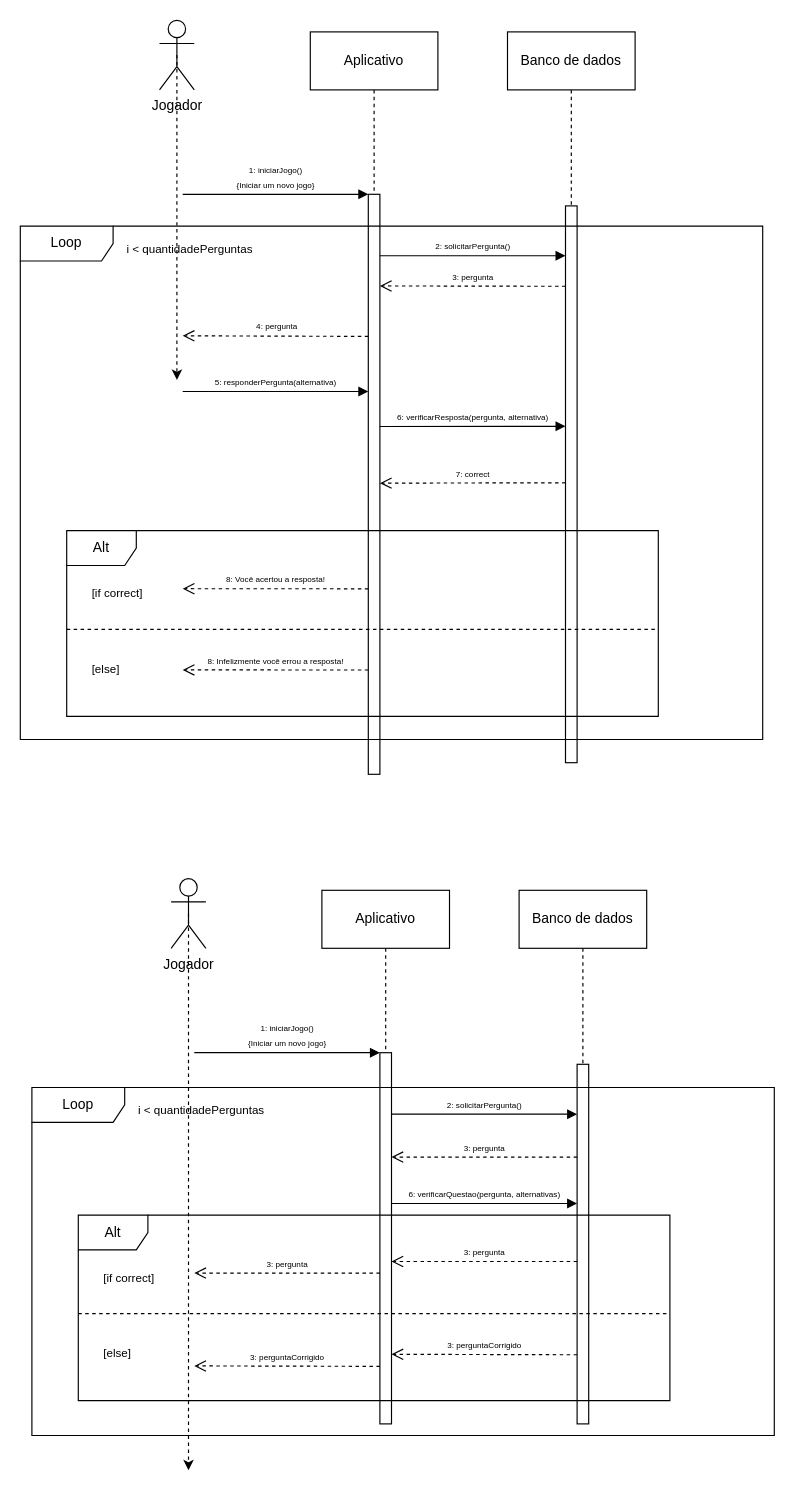
Earlier version of the draw.io diagram page "RealizaJogo" (1 of 6) of docs/quizzle.drawio (wendel-nogueira/quizzle-docs). Source tidied: cells renumbered, new cells numbered last; positions are measured from the earlier drawing's top-left corner, leaving out a move shared by most shapes. Both pictures are drawn from the tidied source at 116%, with x=0, y=0 at pixel (20, 20).
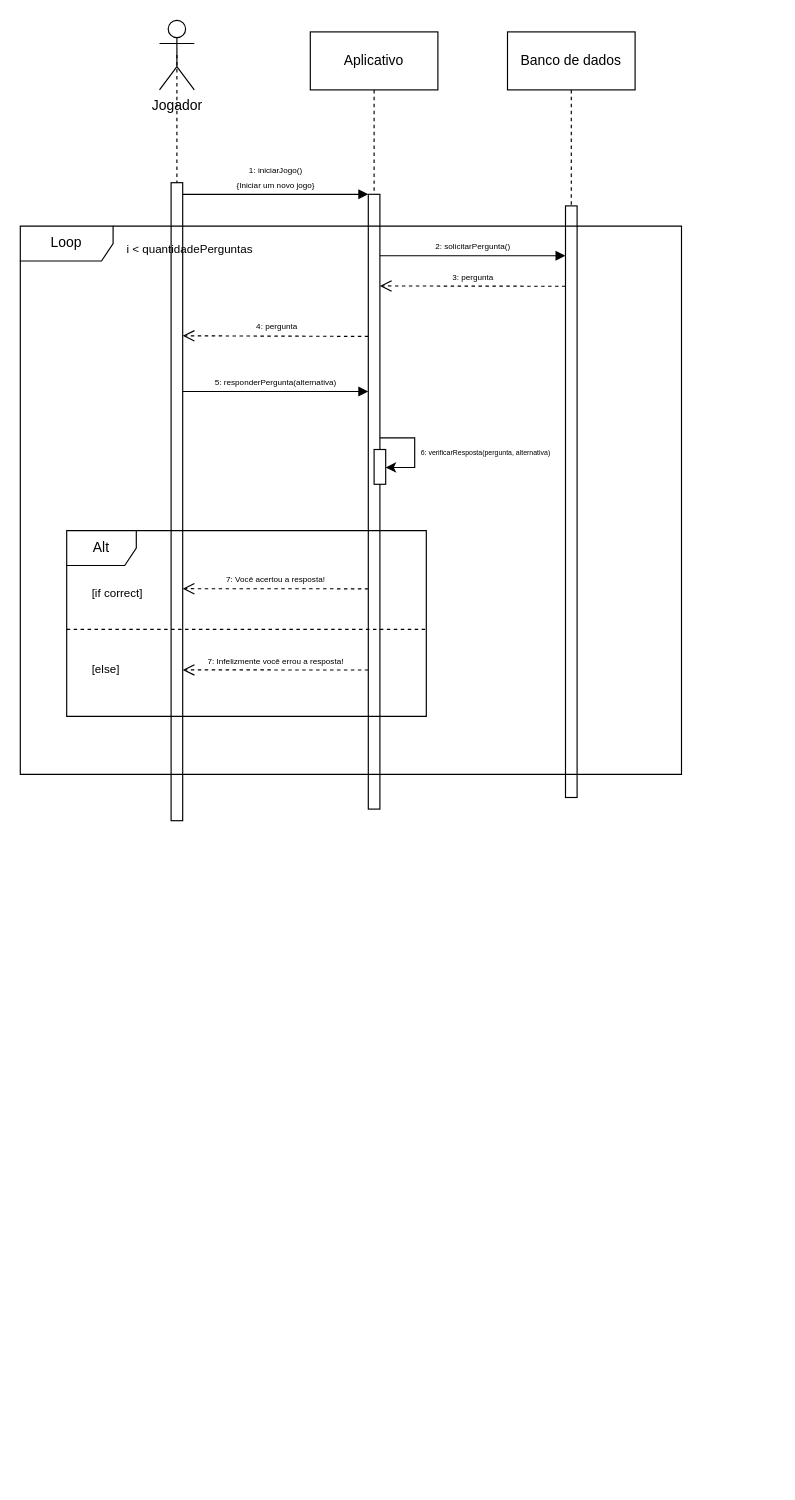
The same page after the edit.

Diff of the diagram source:
```diff
@@
     <mxCell id="10" style="html=1;perimeter=orthogonalPerimeter;targetShapes=umlLifeline;newEdgeStyle={&quot;edgeStyle&quot;:&quot;elbowEdgeStyle&quot;,&quot;elbow&quot;:&quot;vertical&quot;,&quot;curved&quot;:0,&quot;rounded&quot;:0};" parent="1" vertex="1">
-      <mxGeometry x="300" y="150" width="10" height="500" as="geometry" />
+      <mxGeometry x="300" y="150" width="10" height="530" as="geometry" />
     </mxCell>
     <mxCell id="11" style="html=1;points=[];perimeter=orthogonalPerimeter;outlineConnect=0;targetShapes=umlLifeline;portConstraint=eastwest;newEdgeStyle={&quot;edgeStyle&quot;:&quot;elbowEdgeStyle&quot;,&quot;elbow&quot;:&quot;vertical&quot;,&quot;curved&quot;:0,&quot;rounded&quot;:0};" parent="1" vertex="1">
-      <mxGeometry x="470" y="160" width="10" height="480" as="geometry" />
+      <mxGeometry x="470" y="160" width="10" height="510" as="geometry" />
     </mxCell>
-    <mxCell id="12" value="Loop" style="shape=umlFrame;whiteSpace=wrap;html=1;width=80;" parent="1" vertex="1">
-      <mxGeometry y="177.5" width="640" height="442.5" as="geometry" />
-    </mxCell>
-    <mxCell id="13" value="&lt;font style=&quot;font-size: 10px;&quot;&gt;i &amp;lt; quantidadePerguntas&lt;/font&gt;" style="text;align=left;html=1;" parent="12" vertex="1">
-      <mxGeometry width="100" height="20" relative="1" as="geometry">
-        <mxPoint x="90" y="5" as="offset" />
-      </mxGeometry>
-    </mxCell>
-    <mxCell id="14" value="Alt" style="shape=umlFrame;whiteSpace=wrap;html=1;width=60;height=30;" parent="12" vertex="1">
-      <mxGeometry x="40" y="262.5" width="510" height="160" as="geometry" />
-    </mxCell>
-    <mxCell id="15" value="&lt;font style=&quot;font-size: 10px;&quot;&gt;[if correct]&lt;/font&gt;" style="text;html=1;" parent="14" vertex="1">
-      <mxGeometry width="100" height="20" relative="1" as="geometry">
-        <mxPoint x="20" y="40" as="offset" />
-      </mxGeometry>
-    </mxCell>
-    <mxCell id="16" value="&lt;font style=&quot;font-size: 10px;&quot;&gt;[else]&lt;/font&gt;" style="line;strokeWidth=1;dashed=1;labelPosition=center;verticalLabelPosition=bottom;align=left;verticalAlign=top;spacingLeft=20;spacingTop=15;html=1;whiteSpace=wrap;" parent="14" vertex="1">
-      <mxGeometry y="80" width="510" height="10" as="geometry" />
-    </mxCell>
@@
-    <mxCell id="20" value="&lt;span style=&quot;font-size: 7px;&quot;&gt;6: verificarResposta(pergunta, alternativa)&lt;/span&gt;" style="html=1;verticalAlign=bottom;endArrow=block;edgeStyle=elbowEdgeStyle;elbow=vertical;curved=0;rounded=0;" parent="1" edge="1">
-      <mxGeometry relative="1" as="geometry">
-        <mxPoint x="310" y="350.2" as="sourcePoint" />
-        <mxPoint x="470" y="350.2" as="targetPoint" />
-      </mxGeometry>
-    </mxCell>
-    <mxCell id="21" value="&lt;font style=&quot;font-size: 7px;&quot;&gt;7: correct&lt;/font&gt;" style="html=1;verticalAlign=bottom;endArrow=open;dashed=1;endSize=8;edgeStyle=elbowEdgeStyle;elbow=vertical;curved=0;rounded=0;" parent="1" edge="1">
-      <mxGeometry relative="1" as="geometry">
-        <mxPoint x="470" y="398.7" as="sourcePoint" />
-        <mxPoint x="310" y="398.6" as="targetPoint" />
-      </mxGeometry>
-    </mxCell>
-    <mxCell id="22" value="&lt;font style=&quot;font-size: 7px;&quot;&gt;8: Você acertou a resposta!&lt;/font&gt;" style="html=1;verticalAlign=bottom;endArrow=open;dashed=1;endSize=8;edgeStyle=elbowEdgeStyle;elbow=vertical;curved=0;rounded=0;" parent="1" edge="1">
+    <mxCell id="22" value="&lt;font style=&quot;font-size: 7px;&quot;&gt;7: Você acertou a resposta!&lt;/font&gt;" style="html=1;verticalAlign=bottom;endArrow=open;dashed=1;endSize=8;edgeStyle=elbowEdgeStyle;elbow=vertical;curved=0;rounded=0;" parent="1" edge="1">
       <mxGeometry relative="1" as="geometry">
         <mxPoint x="300" y="490.1" as="sourcePoint" />
         <mxPoint x="140" y="490" as="targetPoint" />
       </mxGeometry>
     </mxCell>
-    <mxCell id="23" value="&lt;font style=&quot;font-size: 7px;&quot;&gt;8: Infelizmente você errou a resposta!&lt;/font&gt;" style="html=1;verticalAlign=bottom;endArrow=open;dashed=1;endSize=8;edgeStyle=elbowEdgeStyle;elbow=vertical;curved=0;rounded=0;" parent="1" edge="1">
+    <mxCell id="23" value="&lt;font style=&quot;font-size: 7px;&quot;&gt;7: Infelizmente você errou a resposta!&lt;/font&gt;" style="html=1;verticalAlign=bottom;endArrow=open;dashed=1;endSize=8;edgeStyle=elbowEdgeStyle;elbow=vertical;curved=0;rounded=0;" parent="1" edge="1">
       <mxGeometry relative="1" as="geometry">
         <mxPoint x="300" y="560.1" as="sourcePoint" />
         <mxPoint x="140" y="560" as="targetPoint" />
       </mxGeometry>
     </mxCell>
-    <mxCell id="24" style="edgeStyle=orthogonalEdgeStyle;rounded=0;jettySize=auto;html=1;exitX=0.5;exitY=0.5;exitDx=0;exitDy=0;exitPerimeter=0;dashed=1;" parent="1" edge="1" source="25">
-      <mxGeometry relative="1" as="geometry">
-        <mxPoint x="145" y="1250" as="targetPoint" />
-      </mxGeometry>
-    </mxCell>
-    <mxCell id="25" value="Jogador" style="shape=umlActor;verticalLabelPosition=bottom;verticalAlign=top;html=1;" parent="1" vertex="1">
-      <mxGeometry x="130" y="740" width="30" height="60" as="geometry" />
-    </mxCell>
-    <mxCell id="26" style="edgeStyle=orthogonalEdgeStyle;rounded=0;jettySize=auto;html=1;exitX=0.5;exitY=1;exitDx=0;exitDy=0;dashed=1;" parent="1" edge="1" source="27">
-      <mxGeometry relative="1" as="geometry">
-        <mxPoint x="315" y="1115" as="targetPoint" />
-      </mxGeometry>
-    </mxCell>
-    <mxCell id="27" value="Aplicativo" style="html=1;whiteSpace=wrap;" parent="1" vertex="1">
-      <mxGeometry x="260" y="750" width="110" height="50" as="geometry" />
-    </mxCell>
-    <mxCell id="28" style="edgeStyle=orthogonalEdgeStyle;rounded=0;jettySize=auto;html=1;exitX=0.5;exitY=1;exitDx=0;exitDy=0;dashed=1;" parent="1" edge="1" source="29">
-      <mxGeometry relative="1" as="geometry">
-        <mxPoint x="485" y="1135" as="targetPoint" />
-      </mxGeometry>
-    </mxCell>
-    <mxCell id="29" value="Banco de dados" style="html=1;whiteSpace=wrap;" parent="1" vertex="1">
-      <mxGeometry x="430" y="750" width="110" height="50" as="geometry" />
-    </mxCell>
-    <mxCell id="30" value="&lt;font style=&quot;font-size: 7px;&quot;&gt;1: iniciarJogo()&lt;br&gt;{Iniciar um novo jogo}&lt;/font&gt;" style="html=1;verticalAlign=bottom;endArrow=block;edgeStyle=elbowEdgeStyle;elbow=vertical;curved=0;rounded=0;" parent="1" edge="1">
-      <mxGeometry relative="1" as="geometry">
-        <mxPoint x="150" y="890" as="sourcePoint" />
-        <mxPoint x="310" y="890" as="targetPoint" />
-      </mxGeometry>
-    </mxCell>
-    <mxCell id="31" style="html=1;perimeter=orthogonalPerimeter;targetShapes=umlLifeline;newEdgeStyle={&quot;edgeStyle&quot;:&quot;elbowEdgeStyle&quot;,&quot;elbow&quot;:&quot;vertical&quot;,&quot;curved&quot;:0,&quot;rounded&quot;:0};" parent="1" vertex="1">
-      <mxGeometry x="310" y="890" width="10" height="320" as="geometry" />
-    </mxCell>
-    <mxCell id="32" style="html=1;points=[];perimeter=orthogonalPerimeter;outlineConnect=0;targetShapes=umlLifeline;portConstraint=eastwest;newEdgeStyle={&quot;edgeStyle&quot;:&quot;elbowEdgeStyle&quot;,&quot;elbow&quot;:&quot;vertical&quot;,&quot;curved&quot;:0,&quot;rounded&quot;:0};" parent="1" vertex="1">
-      <mxGeometry x="480" y="900" width="10" height="310" as="geometry" />
-    </mxCell>
-    <mxCell id="33" value="&lt;span style=&quot;font-size: 7px;&quot;&gt;2: solicitarPergunta()&lt;/span&gt;" style="html=1;verticalAlign=bottom;endArrow=block;edgeStyle=elbowEdgeStyle;elbow=vertical;curved=0;rounded=0;" parent="1" edge="1" target="32">
-      <mxGeometry relative="1" as="geometry">
-        <mxPoint x="320" y="943" as="sourcePoint" />
-      </mxGeometry>
-    </mxCell>
-    <mxCell id="34" value="&lt;font style=&quot;font-size: 7px;&quot;&gt;3: pergunta&lt;/font&gt;" style="html=1;verticalAlign=bottom;endArrow=open;dashed=1;endSize=8;edgeStyle=elbowEdgeStyle;elbow=vertical;curved=0;rounded=0;" parent="1" edge="1">
-      <mxGeometry relative="1" as="geometry">
-        <mxPoint x="480" y="980" as="sourcePoint" />
-        <mxPoint x="320" y="980" as="targetPoint" />
-      </mxGeometry>
-    </mxCell>
-    <mxCell id="35" value="&lt;span style=&quot;font-size: 7px;&quot;&gt;6: verificarQuestao(pergunta, alternativas)&lt;/span&gt;" style="html=1;verticalAlign=bottom;endArrow=block;edgeStyle=elbowEdgeStyle;elbow=vertical;curved=0;rounded=0;" parent="1" edge="1">
-      <mxGeometry relative="1" as="geometry">
-        <mxPoint x="320" y="1020" as="sourcePoint" />
-        <mxPoint x="480" y="1020" as="targetPoint" />
-      </mxGeometry>
-    </mxCell>
-    <mxCell id="36" value="Alt" style="shape=umlFrame;whiteSpace=wrap;html=1;width=60;height=30;" parent="1" vertex="1">
-      <mxGeometry x="50" y="1030" width="510" height="160" as="geometry" />
-    </mxCell>
-    <mxCell id="37" value="&lt;font style=&quot;font-size: 10px;&quot;&gt;[if correct]&lt;/font&gt;" style="text;html=1;" parent="36" vertex="1">
-      <mxGeometry width="100" height="20" relative="1" as="geometry">
-        <mxPoint x="20" y="40" as="offset" />
-      </mxGeometry>
-    </mxCell>
-    <mxCell id="38" value="&lt;font style=&quot;font-size: 10px;&quot;&gt;[else]&lt;/font&gt;" style="line;strokeWidth=1;dashed=1;labelPosition=center;verticalLabelPosition=bottom;align=left;verticalAlign=top;spacingLeft=20;spacingTop=15;html=1;whiteSpace=wrap;" parent="36" vertex="1">
-      <mxGeometry y="80" width="510" height="10" as="geometry" />
-    </mxCell>
-    <mxCell id="39" value="&lt;font style=&quot;font-size: 7px;&quot;&gt;3: pergunta&lt;/font&gt;" style="html=1;verticalAlign=bottom;endArrow=open;dashed=1;endSize=8;edgeStyle=elbowEdgeStyle;elbow=vertical;curved=0;rounded=0;" parent="36" edge="1">
-      <mxGeometry relative="1" as="geometry">
-        <mxPoint x="430" y="40" as="sourcePoint" />
-        <mxPoint x="270" y="40" as="targetPoint" />
-      </mxGeometry>
-    </mxCell>
-    <mxCell id="40" value="&lt;font style=&quot;font-size: 7px;&quot;&gt;3: pergunta&lt;/font&gt;" style="html=1;verticalAlign=bottom;endArrow=open;dashed=1;endSize=8;edgeStyle=elbowEdgeStyle;elbow=vertical;curved=0;rounded=0;" parent="36" edge="1">
-      <mxGeometry relative="1" as="geometry">
-        <mxPoint x="260" y="50" as="sourcePoint" />
-        <mxPoint x="100" y="50" as="targetPoint" />
-      </mxGeometry>
-    </mxCell>
-    <mxCell id="41" value="Loop" style="shape=umlFrame;whiteSpace=wrap;html=1;width=80;" parent="1" vertex="1">
-      <mxGeometry x="10" y="920" width="640" height="300" as="geometry" />
-    </mxCell>
-    <mxCell id="42" value="&lt;font style=&quot;font-size: 10px;&quot;&gt;i &amp;lt; quantidadePerguntas&lt;/font&gt;" style="text;align=left;html=1;" parent="41" vertex="1">
-      <mxGeometry width="100" height="20" relative="1" as="geometry">
-        <mxPoint x="90" y="5" as="offset" />
-      </mxGeometry>
-    </mxCell>
-    <mxCell id="43" value="&lt;font style=&quot;font-size: 7px;&quot;&gt;3: perguntaCorrigido&lt;/font&gt;" style="html=1;verticalAlign=bottom;endArrow=open;dashed=1;endSize=8;edgeStyle=elbowEdgeStyle;elbow=vertical;curved=0;rounded=0;" parent="41" edge="1">
-      <mxGeometry relative="1" as="geometry">
-        <mxPoint x="470" y="230.4" as="sourcePoint" />
-        <mxPoint x="310" y="230.3" as="targetPoint" />
-      </mxGeometry>
-    </mxCell>
-    <mxCell id="44" value="&lt;font style=&quot;font-size: 7px;&quot;&gt;3: perguntaCorrigido&lt;/font&gt;" style="html=1;verticalAlign=bottom;endArrow=open;dashed=1;endSize=8;edgeStyle=elbowEdgeStyle;elbow=vertical;curved=0;rounded=0;" parent="41" edge="1">
-      <mxGeometry relative="1" as="geometry">
-        <mxPoint x="300" y="240.4" as="sourcePoint" />
-        <mxPoint x="140" y="240.3" as="targetPoint" />
-      </mxGeometry>
-    </mxCell>
+    <mxCell id="45" style="html=1;points=[];perimeter=orthogonalPerimeter;outlineConnect=0;targetShapes=umlLifeline;portConstraint=eastwest;newEdgeStyle={&quot;edgeStyle&quot;:&quot;elbowEdgeStyle&quot;,&quot;elbow&quot;:&quot;vertical&quot;,&quot;curved&quot;:0,&quot;rounded&quot;:0};" parent="1" vertex="1">
+      <mxGeometry x="305" y="370" width="10" height="30" as="geometry" />
+    </mxCell>
+    <mxCell id="46" style="html=1;perimeter=orthogonalPerimeter;targetShapes=umlLifeline;newEdgeStyle={&quot;edgeStyle&quot;:&quot;elbowEdgeStyle&quot;,&quot;elbow&quot;:&quot;vertical&quot;,&quot;curved&quot;:0,&quot;rounded&quot;:0};" parent="1" vertex="1">
+      <mxGeometry x="130" y="140" width="10" height="550" as="geometry" />
+    </mxCell>
+    <mxCell id="47" value="Loop" style="shape=umlFrame;whiteSpace=wrap;html=1;width=80;" parent="1" vertex="1">
+      <mxGeometry y="177.5" width="570" height="472.5" as="geometry" />
+    </mxCell>
+    <mxCell id="48" value="&lt;font style=&quot;font-size: 10px;&quot;&gt;i &amp;lt; quantidadePerguntas&lt;/font&gt;" style="text;align=left;html=1;" parent="47" vertex="1">
+      <mxGeometry width="100" height="20" relative="1" as="geometry">
+        <mxPoint x="90" y="5" as="offset" />
+      </mxGeometry>
+    </mxCell>
+    <mxCell id="49" style="endArrow=classic;html=1;rounded=0;edgeStyle=orthogonalEdgeStyle;" parent="47" edge="1" target="45">
+      <mxGeometry relative="1" as="geometry">
+        <mxPoint x="310" y="182.5" as="sourcePoint" />
+        <Array as="points">
+          <mxPoint x="340" y="183" />
+          <mxPoint x="340" y="208" />
+        </Array>
+      </mxGeometry>
+    </mxCell>
+    <mxCell id="20" value="&lt;font style=&quot;font-size: 6px;&quot;&gt;6: verificarResposta(pergunta, alternativa)&lt;/font&gt;" style="edgeLabel;html=1;align=center;verticalAlign=middle;" parent="49" vertex="1">
+      <mxGeometry x="-0.08" y="1" relative="1" as="geometry">
+        <mxPoint x="59" y="3" as="offset" />
+      </mxGeometry>
+    </mxCell>
+    <mxCell id="50" value="Alt" style="shape=umlFrame;whiteSpace=wrap;html=1;width=60;height=30;" parent="1" vertex="1">
+      <mxGeometry x="40" y="440" width="310" height="160" as="geometry" />
+    </mxCell>
+    <mxCell id="51" value="&lt;font style=&quot;font-size: 10px;&quot;&gt;[if correct]&lt;/font&gt;" style="text;html=1;" parent="50" vertex="1">
+      <mxGeometry width="100" height="20" relative="1" as="geometry">
+        <mxPoint x="20" y="40" as="offset" />
+      </mxGeometry>
+    </mxCell>
+    <mxCell id="52" value="&lt;font style=&quot;font-size: 10px;&quot;&gt;[else]&lt;/font&gt;" style="line;strokeWidth=1;dashed=1;labelPosition=center;verticalLabelPosition=bottom;align=left;verticalAlign=top;spacingLeft=20;spacingTop=15;html=1;whiteSpace=wrap;" parent="50" vertex="1">
+      <mxGeometry y="80" width="310" height="10" as="geometry" />
+    </mxCell>
```
